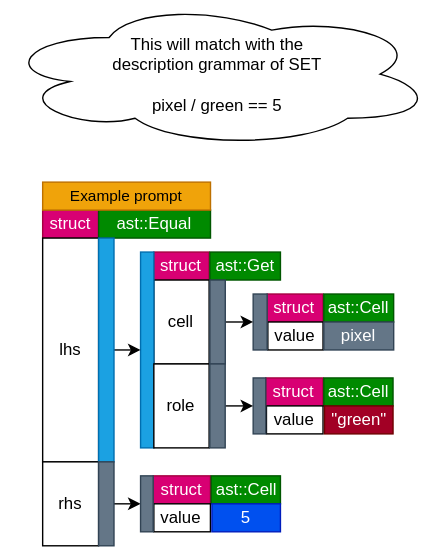
The draw.io diagram doc/diagrams/RequestExample.svg in hun-nemethpeter/InfoCell, before a commit. Source tidied: cells renumbered, new cells last; positions are measured from the earlier drawing's top-left corner, leaving out a move shared by most shapes.
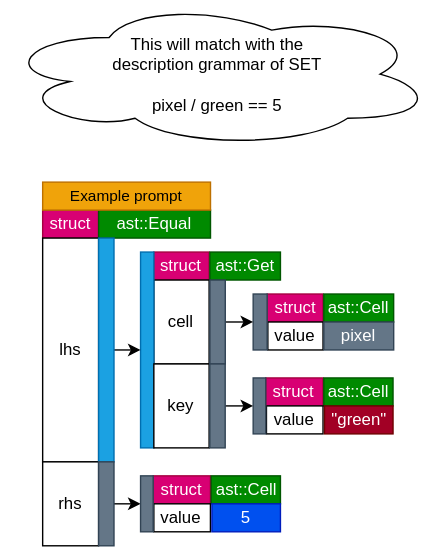
The same file after the commit.

Change to the diagram source:
```diff
@@ -29,7 +29,7 @@
     <mxCell id="10" style="rounded=0;whiteSpace=wrap;html=1;fontFamily=Helvetica;fontSize=11;fontColor=#ffffff;fillColor=#1ba1e2;strokeColor=#006EAF;" parent="1" vertex="1">
       <mxGeometry x="100" y="179.7" width="9.5" height="140" as="geometry" />
     </mxCell>
-    <mxCell id="11" value="role" style="rounded=0;whiteSpace=wrap;html=1;" parent="1" vertex="1">
+    <mxCell id="11" value="key" style="rounded=0;whiteSpace=wrap;html=1;" parent="1" vertex="1">
       <mxGeometry x="109.5" y="259.7" width="39.5" height="60" as="geometry" />
     </mxCell>
     <mxCell id="12" value="struct" style="rounded=0;whiteSpace=wrap;html=1;fillColor=#d80073;fontColor=#ffffff;strokeColor=#A50040;" parent="1" vertex="1">
```
